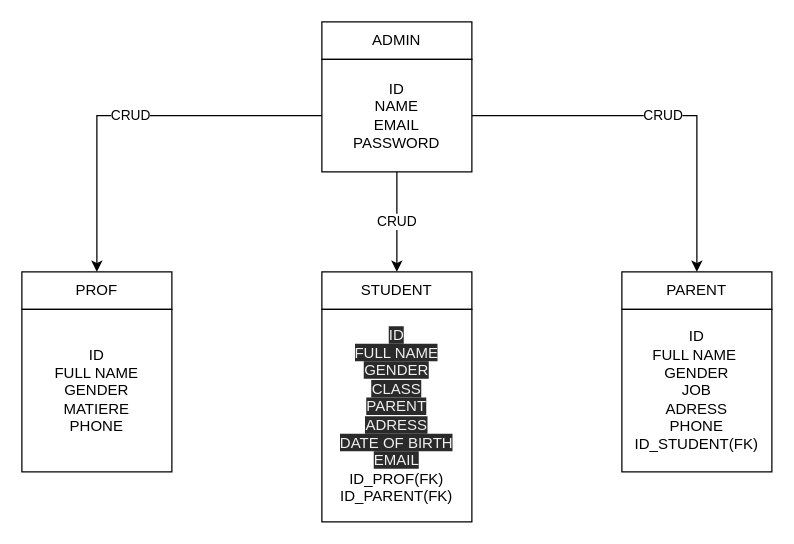
Ziadov37/gestion-de-class keeps this draw.io diagram as app/res/table.drawio. Above is the earlier version. Source tidied: cells renumbered, new cells numbered last; positions are measured from the earlier drawing's top-left corner, leaving out a move shared by most shapes. Both pictures are drawn from the tidied source at 125%, with x=0, y=0 at pixel (21, 21).
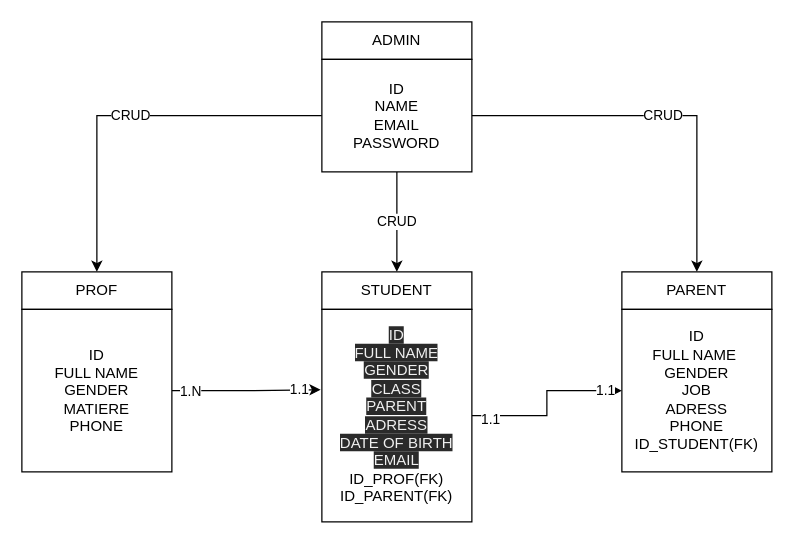
The same page after the edit.

Commit message (it also covers changes not shown here):
Same modification on diagram the class

What changed in the source:
```diff
@@
 <mxGraphModel>
   <root>
     <mxCell id="0" />
     <mxCell id="1" parent="0" />
     <mxCell id="2" value="ADMIN" style="rounded=0;whiteSpace=wrap;html=1;" parent="1" vertex="1">
       <mxGeometry x="240" width="120" height="30" as="geometry" />
     </mxCell>
     <mxCell id="3" value="PROF" style="rounded=0;whiteSpace=wrap;html=1;" parent="1" vertex="1">
       <mxGeometry y="200" width="120" height="30" as="geometry" />
     </mxCell>
     <mxCell id="4" value="STUDENT" style="rounded=0;whiteSpace=wrap;html=1;" parent="1" vertex="1">
       <mxGeometry x="240" y="200" width="120" height="30" as="geometry" />
     </mxCell>
     <mxCell id="5" value="PARENT" style="rounded=0;whiteSpace=wrap;html=1;" parent="1" vertex="1">
       <mxGeometry x="480" y="200" width="120" height="30" as="geometry" />
     </mxCell>
     <mxCell id="6" value="ID&lt;br&gt;FULL NAME&amp;nbsp;&lt;br&gt;GENDER&lt;br&gt;JOB&lt;br&gt;ADRESS&lt;br&gt;PHONE&lt;br&gt;ID_STUDENT(FK)" style="rounded=0;whiteSpace=wrap;html=1;" parent="1" vertex="1">
       <mxGeometry x="480" y="230" width="120" height="130" as="geometry" />
     </mxCell>
+    <mxCell id="13" style="edgeStyle=orthogonalEdgeStyle;rounded=0;jettySize=auto;html=1;entryX=0;entryY=0.5;entryDx=0;entryDy=0;" parent="1" edge="1" source="7" target="6">
+      <mxGeometry relative="1" as="geometry" />
+    </mxCell>
+    <mxCell id="14" value="1.1" style="edgeLabel;html=1;align=center;verticalAlign=middle;" parent="13" vertex="1">
+      <mxGeometry x="-0.8" y="-2" relative="1" as="geometry" />
+    </mxCell>
+    <mxCell id="15" value="1.1" style="edgeLabel;html=1;align=center;verticalAlign=middle;" parent="13" vertex="1">
+      <mxGeometry x="0.8" y="1" relative="1" as="geometry" />
+    </mxCell>
     <mxCell id="7" value="&lt;span style=&quot;color: rgb(240 , 240 , 240) ; font-family: &amp;#34;helvetica&amp;#34; ; font-size: 12px ; font-style: normal ; font-weight: 400 ; letter-spacing: normal ; text-align: center ; text-indent: 0px ; text-transform: none ; word-spacing: 0px ; background-color: rgb(42 , 42 , 42) ; display: inline ; float: none&quot;&gt;ID&lt;/span&gt;&lt;br style=&quot;color: rgb(240 , 240 , 240) ; font-family: &amp;#34;helvetica&amp;#34; ; font-size: 12px ; font-style: normal ; font-weight: 400 ; letter-spacing: normal ; text-align: center ; text-indent: 0px ; text-transform: none ; word-spacing: 0px ; background-color: rgb(42 , 42 , 42)&quot;&gt;&lt;span style=&quot;color: rgb(240 , 240 , 240) ; font-family: &amp;#34;helvetica&amp;#34; ; font-size: 12px ; font-style: normal ; font-weight: 400 ; letter-spacing: normal ; text-align: center ; text-indent: 0px ; text-transform: none ; word-spacing: 0px ; background-color: rgb(42 , 42 , 42) ; display: inline ; float: none&quot;&gt;FULL NAME&lt;/span&gt;&lt;br style=&quot;color: rgb(240 , 240 , 240) ; font-family: &amp;#34;helvetica&amp;#34; ; font-size: 12px ; font-style: normal ; font-weight: 400 ; letter-spacing: normal ; text-align: center ; text-indent: 0px ; text-transform: none ; word-spacing: 0px ; background-color: rgb(42 , 42 , 42)&quot;&gt;&lt;span style=&quot;color: rgb(240 , 240 , 240) ; font-family: &amp;#34;helvetica&amp;#34; ; font-size: 12px ; font-style: normal ; font-weight: 400 ; letter-spacing: normal ; text-align: center ; text-indent: 0px ; text-transform: none ; word-spacing: 0px ; background-color: rgb(42 , 42 , 42) ; display: inline ; float: none&quot;&gt;GENDER&lt;/span&gt;&lt;br style=&quot;color: rgb(240 , 240 , 240) ; font-family: &amp;#34;helvetica&amp;#34; ; font-size: 12px ; font-style: normal ; font-weight: 400 ; letter-spacing: normal ; text-align: center ; text-indent: 0px ; text-transform: none ; word-spacing: 0px ; background-color: rgb(42 , 42 , 42)&quot;&gt;&lt;span style=&quot;color: rgb(240 , 240 , 240) ; font-family: &amp;#34;helvetica&amp;#34; ; font-size: 12px ; font-style: normal ; font-weight: 400 ; letter-spacing: normal ; text-align: center ; text-indent: 0px ; text-transform: none ; word-spacing: 0px ; background-color: rgb(42 , 42 , 42) ; display: inline ; float: none&quot;&gt;CLASS&lt;/span&gt;&lt;br style=&quot;color: rgb(240 , 240 , 240) ; font-family: &amp;#34;helvetica&amp;#34; ; font-size: 12px ; font-style: normal ; font-weight: 400 ; letter-spacing: normal ; text-align: center ; text-indent: 0px ; text-transform: none ; word-spacing: 0px ; background-color: rgb(42 , 42 , 42)&quot;&gt;&lt;span style=&quot;color: rgb(240 , 240 , 240) ; font-family: &amp;#34;helvetica&amp;#34; ; font-size: 12px ; font-style: normal ; font-weight: 400 ; letter-spacing: normal ; text-align: center ; text-indent: 0px ; text-transform: none ; word-spacing: 0px ; background-color: rgb(42 , 42 , 42) ; display: inline ; float: none&quot;&gt;PARENT&lt;/span&gt;&lt;br style=&quot;color: rgb(240 , 240 , 240) ; font-family: &amp;#34;helvetica&amp;#34; ; font-size: 12px ; font-style: normal ; font-weight: 400 ; letter-spacing: normal ; text-align: center ; text-indent: 0px ; text-transform: none ; word-spacing: 0px ; background-color: rgb(42 , 42 , 42)&quot;&gt;&lt;span style=&quot;color: rgb(240 , 240 , 240) ; font-family: &amp;#34;helvetica&amp;#34; ; font-size: 12px ; font-style: normal ; font-weight: 400 ; letter-spacing: normal ; text-align: center ; text-indent: 0px ; text-transform: none ; word-spacing: 0px ; background-color: rgb(42 , 42 , 42) ; display: inline ; float: none&quot;&gt;ADRESS&lt;/span&gt;&lt;br style=&quot;color: rgb(240 , 240 , 240) ; font-family: &amp;#34;helvetica&amp;#34; ; font-size: 12px ; font-style: normal ; font-weight: 400 ; letter-spacing: normal ; text-align: center ; text-indent: 0px ; text-transform: none ; word-spacing: 0px ; background-color: rgb(42 , 42 , 42)&quot;&gt;&lt;span style=&quot;color: rgb(240 , 240 , 240) ; font-family: &amp;#34;helvetica&amp;#34; ; font-size: 12px ; font-style: normal ; font-weight: 400 ; letter-spacing: normal ; text-align: center ; text-indent: 0px ; text-transform: none ; word-spacing: 0px ; background-color: rgb(42 , 42 , 42) ; display: inline ; float: none&quot;&gt;DATE OF BIRTH&lt;/span&gt;&lt;br style=&quot;color: rgb(240 , 240 , 240) ; font-family: &amp;#34;helvetica&amp;#34; ; font-size: 12px ; font-style: normal ; font-weight: 400 ; letter-spacing: normal ; text-align: center ; text-indent: 0px ; text-transform: none ; word-spacing: 0px ; background-color: rgb(42 , 42 , 42)&quot;&gt;&lt;span style=&quot;color: rgb(240 , 240 , 240) ; font-family: &amp;#34;helvetica&amp;#34; ; font-size: 12px ; font-style: normal ; font-weight: 400 ; letter-spacing: normal ; text-align: center ; text-indent: 0px ; text-transform: none ; word-spacing: 0px ; background-color: rgb(42 , 42 , 42) ; display: inline ; float: none&quot;&gt;EMAIL&lt;br&gt;&lt;/span&gt;ID_PROF(FK)&lt;br&gt;ID_PARENT(FK)" style="rounded=0;whiteSpace=wrap;html=1;" parent="1" vertex="1">
       <mxGeometry x="240" y="230" width="120" height="170" as="geometry" />
     </mxCell>
+    <mxCell id="16" style="edgeStyle=orthogonalEdgeStyle;rounded=0;jettySize=auto;html=1;entryX=-0.008;entryY=0.378;entryDx=0;entryDy=0;entryPerimeter=0;" parent="1" edge="1" source="8" target="7">
+      <mxGeometry relative="1" as="geometry" />
+    </mxCell>
+    <mxCell id="17" value="1.N" style="edgeLabel;html=1;align=center;verticalAlign=middle;" parent="16" vertex="1">
+      <mxGeometry x="-0.77" relative="1" as="geometry" />
+    </mxCell>
+    <mxCell id="18" value="1.1" style="edgeLabel;html=1;align=center;verticalAlign=middle;" parent="16" vertex="1">
+      <mxGeometry x="0.7" y="1" relative="1" as="geometry" />
+    </mxCell>
     <mxCell id="8" value="ID&lt;br&gt;FULL NAME&lt;br&gt;GENDER&lt;br&gt;MATIERE&lt;br&gt;PHONE" style="rounded=0;whiteSpace=wrap;html=1;" parent="1" vertex="1">
       <mxGeometry y="230" width="120" height="130" as="geometry" />
     </mxCell>
     <mxCell id="9" value="CRUD" style="edgeStyle=orthogonalEdgeStyle;rounded=0;jettySize=auto;html=1;entryX=0.5;entryY=0;entryDx=0;entryDy=0;" parent="1" edge="1" source="12" target="3">
       <mxGeometry relative="1" as="geometry" />
     </mxCell>
     <mxCell id="10" value="CRUD" style="edgeStyle=orthogonalEdgeStyle;rounded=0;jettySize=auto;html=1;entryX=0.5;entryY=0;entryDx=0;entryDy=0;" parent="1" edge="1" source="12" target="5">
       <mxGeometry relative="1" as="geometry" />
     </mxCell>
     <mxCell id="11" value="CRUD" style="edgeStyle=orthogonalEdgeStyle;rounded=0;jettySize=auto;html=1;entryX=0.5;entryY=0;entryDx=0;entryDy=0;" parent="1" edge="1" source="12" target="4">
       <mxGeometry relative="1" as="geometry" />
     </mxCell>
     <mxCell id="12" value="ID&lt;br&gt;NAME&lt;br&gt;EMAIL&lt;br&gt;PASSWORD" style="rounded=0;whiteSpace=wrap;html=1;" parent="1" vertex="1">
       <mxGeometry x="240" y="30" width="120" height="90" as="geometry" />
     </mxCell>
   </root>
 </mxGraphModel>
```
